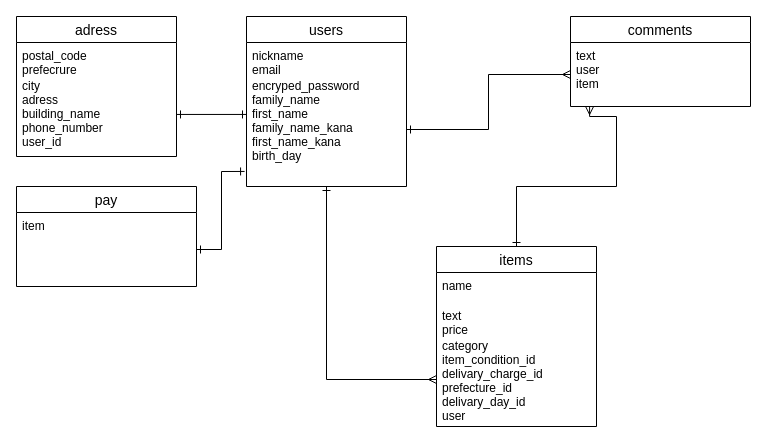
Earlier version of the draw.io diagram furima.dio (sugiryota/furima-35701). Source tidied: cells renumbered, new cells numbered last; positions are measured from the earlier drawing's top-left corner, leaving out a move shared by most shapes. Both pictures are drawn from the tidied source at 100%, with x=0, y=0 at pixel (16, 16).
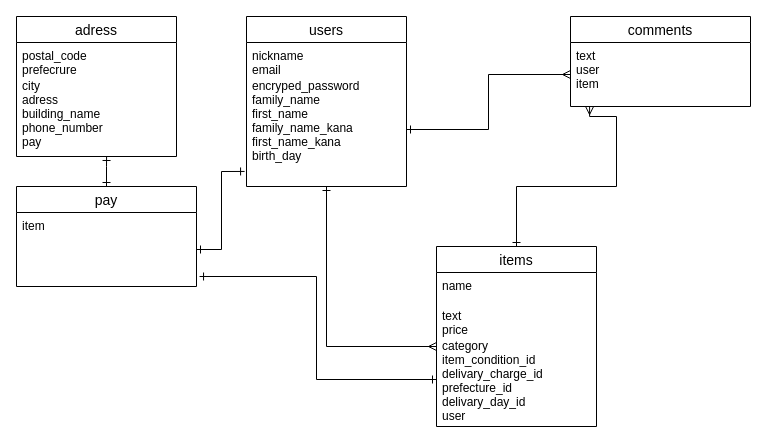
Above is the later version.

Unchanged cells that the change refers to:
```xml
<mxCell id="3" value="users" style="swimlane;fontStyle=0;horizontal=1;startSize=26;align=center;fontSize=14;" parent="1" vertex="1">
  <mxGeometry x="230" width="160" height="170" as="geometry" />
</mxCell>
<mxCell id="5" value="encryped_password&#10;family_name&#10;first_name&#10;family_name_kana&#10;first_name_kana&#10;birth_day&#10;" style="text;strokeColor=none;fillColor=none;spacingLeft=4;spacingRight=4;overflow=hidden;points=[[0,0.5],[1,0.5]];portConstraint=eastwest;fontSize=12;" parent="3" vertex="1">
  <mxGeometry y="56" width="160" height="114" as="geometry" />
</mxCell>
<mxCell id="12" value="category&#10;item_condition_id&#10;delivary_charge_id&#10;prefecture_id&#10;delivary_day_id&#10;user" style="text;strokeColor=none;fillColor=none;spacingLeft=4;spacingRight=4;overflow=hidden;points=[[0,0.5],[1,0.5]];portConstraint=eastwest;fontSize=12;" parent="9" vertex="1">
  <mxGeometry y="86" width="160" height="94" as="geometry" />
</mxCell>
<mxCell id="14" value="adress" style="swimlane;fontStyle=0;horizontal=1;startSize=26;align=center;fontSize=14;" parent="1" vertex="1">
  <mxGeometry width="160" height="140" as="geometry" />
</mxCell>
<mxCell id="18" value="pay" style="swimlane;fontStyle=0;horizontal=1;startSize=26;align=center;fontSize=14;" parent="1" vertex="1">
  <mxGeometry y="170" width="180" height="100" as="geometry" />
</mxCell>
<mxCell id="19" value="item" style="text;strokeColor=none;fillColor=none;spacingLeft=4;spacingRight=4;overflow=hidden;points=[[0,0.5],[1,0.5]];portConstraint=eastwest;fontSize=12;" parent="18" vertex="1">
  <mxGeometry y="26" width="180" height="74" as="geometry" />
</mxCell>
```

Change to the diagram source:
```diff
@@
     <mxCell id="2" style="edgeStyle=orthogonalEdgeStyle;rounded=0;jettySize=auto;html=1;startArrow=ERone;startFill=0;endArrow=ERmany;endFill=0;" parent="1" edge="1" source="3" target="12">
-      <mxGeometry relative="1" as="geometry" />
+      <mxGeometry relative="1" as="geometry">
+        <Array as="points">
+          <mxPoint x="310" y="330" />
+        </Array>
+      </mxGeometry>
     </mxCell>
@@
-    <mxCell id="16" value="city&#10;adress&#10;building_name&#10;phone_number&#10;user_id" style="text;strokeColor=none;fillColor=none;spacingLeft=4;spacingRight=4;overflow=hidden;points=[[0,0.5],[1,0.5]];portConstraint=eastwest;fontSize=12;" parent="14" vertex="1">
+    <mxCell id="16" value="city&#10;adress&#10;building_name&#10;phone_number&#10;pay" style="text;strokeColor=none;fillColor=none;spacingLeft=4;spacingRight=4;overflow=hidden;points=[[0,0.5],[1,0.5]];portConstraint=eastwest;fontSize=12;" parent="14" vertex="1">
       <mxGeometry y="56" width="160" height="84" as="geometry" />
     </mxCell>
-    <mxCell id="17" style="edgeStyle=orthogonalEdgeStyle;rounded=0;jettySize=auto;html=1;entryX=0;entryY=0.368;entryDx=0;entryDy=0;entryPerimeter=0;startArrow=ERone;startFill=0;endArrow=ERone;endFill=0;" parent="1" edge="1" source="16" target="5">
-      <mxGeometry relative="1" as="geometry" />
-    </mxCell>
+    <mxCell id="21" style="edgeStyle=orthogonalEdgeStyle;rounded=0;jettySize=auto;html=1;entryX=0.563;entryY=1;entryDx=0;entryDy=0;entryPerimeter=0;startArrow=ERone;startFill=0;endArrow=ERone;endFill=0;" parent="1" edge="1" source="18" target="16">
+      <mxGeometry relative="1" as="geometry" />
+    </mxCell>
@@
+    <mxCell id="22" style="edgeStyle=orthogonalEdgeStyle;rounded=0;jettySize=auto;html=1;entryX=1.017;entryY=0.865;entryDx=0;entryDy=0;entryPerimeter=0;startArrow=ERone;startFill=0;endArrow=ERone;endFill=0;" parent="1" edge="1" source="12" target="19">
+      <mxGeometry relative="1" as="geometry" />
+    </mxCell>
```
